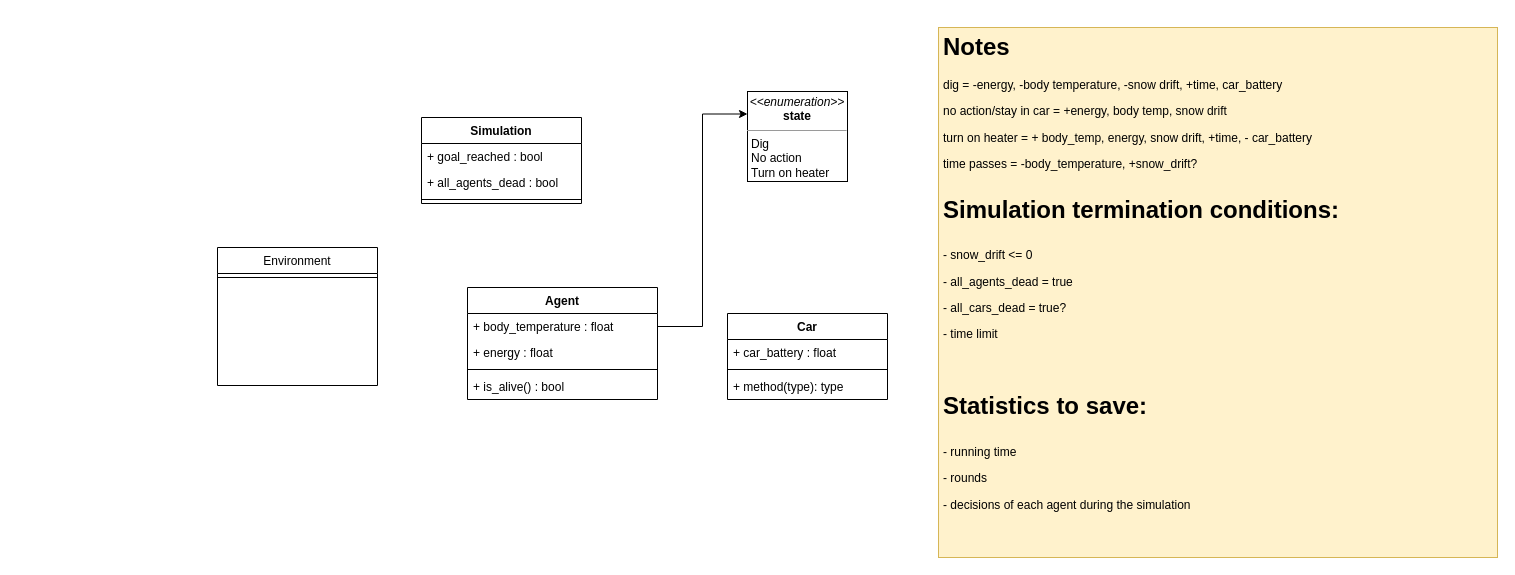
Earlier version of the draw.io diagram snow_drift_simulation_UML.drawio (Animosa04/snow_drift_simulation). Source tidied: cells renumbered, new cells numbered last; positions are measured from the earlier drawing's top-left corner, leaving out a move shared by most shapes. Both pictures are drawn from the tidied source at 100%, with x=0, y=0 at pixel (217, 27).
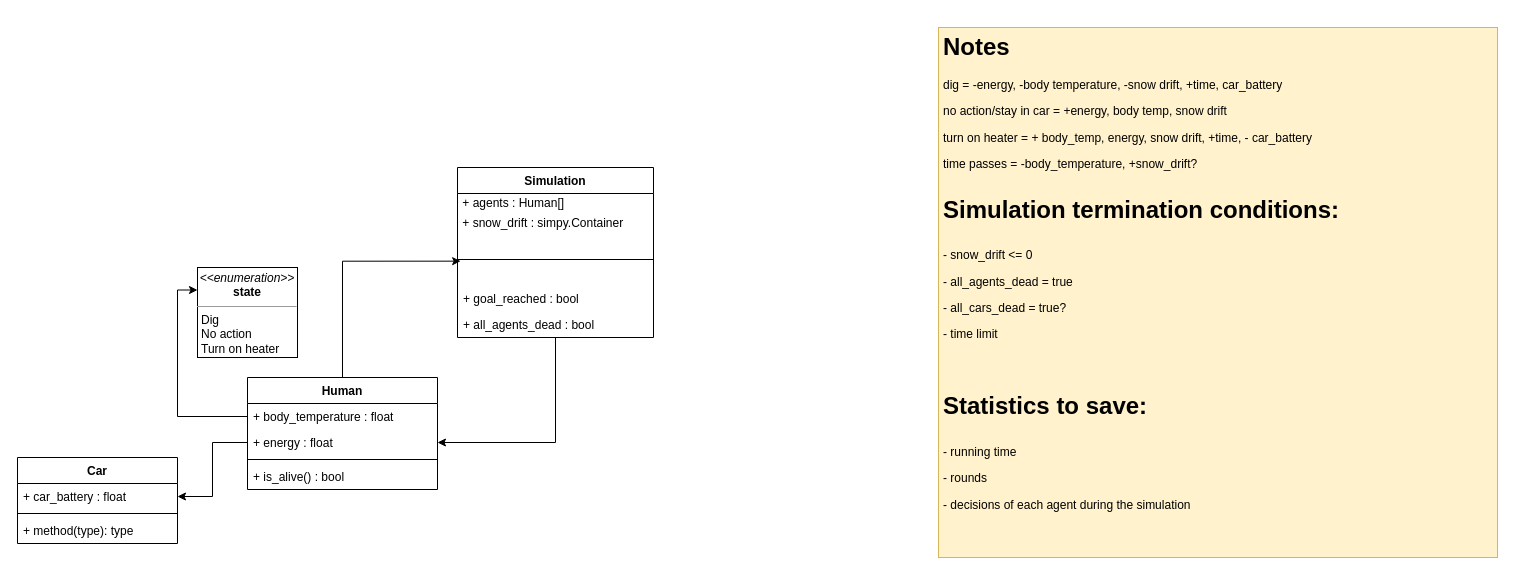
After the change.

The change refers to these unchanged cells:
```xml
<mxCell id="7" value="+ energy : float" style="text;strokeColor=none;fillColor=none;align=left;verticalAlign=top;spacingLeft=4;spacingRight=4;overflow=hidden;points=[[0,0.5],[1,0.5]];portConstraint=eastwest;" parent="5" vertex="1">
  <mxGeometry y="52" width="190" height="26" as="geometry" />
</mxCell>
<mxCell id="16" value="+ car_battery : float" style="text;strokeColor=none;fillColor=none;align=left;verticalAlign=top;spacingLeft=4;spacingRight=4;overflow=hidden;points=[[0,0.5],[1,0.5]];portConstraint=eastwest;rounded=0;fontSize=12;" parent="15" vertex="1">
  <mxGeometry y="26" width="160" height="26" as="geometry" />
</mxCell>
```

What changed in the source:
```diff
@@
-    <mxCell id="2" value="Environment" style="swimlane;fontStyle=0;align=center;verticalAlign=top;horizontal=1;startSize=26;rounded=0;shadow=0;strokeWidth=1;" parent="1" vertex="1">
-      <mxGeometry y="220" width="160" height="138" as="geometry" />
-    </mxCell>
-    <mxCell id="3" style="line;html=1;strokeWidth=1;align=left;verticalAlign=middle;spacingTop=-1;spacingLeft=3;spacingRight=3;labelPosition=right;" parent="2" vertex="1">
-      <mxGeometry y="26" width="160" height="8" as="geometry" />
-    </mxCell>
     <mxCell id="4" value="&lt;p style=&quot;margin: 0px ; margin-top: 4px ; text-align: center&quot;&gt;&lt;i&gt;&amp;lt;&amp;lt;enumeration&amp;gt;&amp;gt;&lt;/i&gt;&lt;br&gt;&lt;b&gt;state&lt;/b&gt;&lt;/p&gt;&lt;hr size=&quot;1&quot;&gt;&lt;p style=&quot;margin: 0px ; margin-left: 4px&quot;&gt;Dig&lt;/p&gt;&lt;p style=&quot;margin: 0px ; margin-left: 4px&quot;&gt;No action&lt;br&gt;&lt;/p&gt;&lt;p style=&quot;margin: 0px ; margin-left: 4px&quot;&gt;Turn on heater&lt;br&gt;&lt;/p&gt;&lt;p style=&quot;margin: 0px ; margin-left: 4px&quot;&gt;&lt;br&gt;&lt;/p&gt;" style="verticalAlign=top;align=left;overflow=fill;fontSize=12;fontFamily=Helvetica;html=1;" parent="1" vertex="1">
-      <mxGeometry x="530" y="64" width="100" height="90" as="geometry" />
+      <mxGeometry x="-20" y="240" width="100" height="90" as="geometry" />
     </mxCell>
+    <mxCell id="20" style="edgeStyle=orthogonalEdgeStyle;rounded=0;jettySize=auto;html=1;entryX=0.016;entryY=0.532;entryDx=0;entryDy=0;entryPerimeter=0;" parent="1" edge="1" source="5" target="13">
+      <mxGeometry relative="1" as="geometry" />
+    </mxCell>
-    <mxCell id="5" value="Agent" style="swimlane;fontStyle=1;align=center;verticalAlign=top;horizontal=1;startSize=26;" parent="1" vertex="1">
-      <mxGeometry x="250" y="260" width="190" height="112" as="geometry" />
+    <mxCell id="5" value="Human" style="swimlane;fontStyle=1;align=center;verticalAlign=top;horizontal=1;startSize=26;" parent="1" vertex="1">
+      <mxGeometry x="30" y="350" width="190" height="112" as="geometry" />
     </mxCell>
@@
+    <mxCell id="21" style="edgeStyle=orthogonalEdgeStyle;rounded=0;jettySize=auto;html=1;entryX=1;entryY=0.5;entryDx=0;entryDy=0;" parent="1" edge="1" source="10" target="7">
+      <mxGeometry relative="1" as="geometry" />
+    </mxCell>
     <mxCell id="10" value="Simulation" style="swimlane;fontStyle=1;align=center;verticalAlign=top;horizontal=1;startSize=26;" parent="1" vertex="1">
-      <mxGeometry x="204" y="90" width="160" height="86" as="geometry" />
+      <mxGeometry x="240" y="140" width="196" height="170" as="geometry" />
     </mxCell>
+    <mxCell id="22" value="&amp;nbsp;+ agents : Human[]" style="text;html=1;align=left;verticalAlign=middle;strokeColor=none;fillColor=none;" parent="10" vertex="1">
+      <mxGeometry y="26" width="196" height="20" as="geometry" />
+    </mxCell>
+    <mxCell id="23" value="&amp;nbsp;+ snow_drift : simpy.Container" style="text;html=1;align=left;verticalAlign=middle;strokeColor=none;fillColor=none;" parent="10" vertex="1">
+      <mxGeometry y="46" width="196" height="20" as="geometry" />
+    </mxCell>
+    <mxCell id="13" style="line;strokeWidth=1;fillColor=none;align=left;verticalAlign=middle;spacingTop=-1;spacingLeft=3;spacingRight=3;labelPosition=right;points=[];portConstraint=eastwest;" parent="10" vertex="1">
+      <mxGeometry y="66" width="196" height="52" as="geometry" />
+    </mxCell>
     <mxCell id="11" value="+ goal_reached : bool" style="text;strokeColor=none;fillColor=none;align=left;verticalAlign=top;spacingLeft=4;spacingRight=4;overflow=hidden;" parent="10" vertex="1">
-      <mxGeometry y="26" width="160" height="26" as="geometry" />
+      <mxGeometry y="118" width="196" height="26" as="geometry" />
     </mxCell>
     <mxCell id="12" value="+ all_agents_dead : bool" style="text;strokeColor=none;fillColor=none;align=left;verticalAlign=top;spacingLeft=4;spacingRight=4;overflow=hidden;" parent="10" vertex="1">
-      <mxGeometry y="52" width="160" height="26" as="geometry" />
+      <mxGeometry y="144" width="196" height="26" as="geometry" />
     </mxCell>
-    <mxCell id="13" style="line;strokeWidth=1;fillColor=none;align=left;verticalAlign=middle;spacingTop=-1;spacingLeft=3;spacingRight=3;labelPosition=right;points=[];portConstraint=eastwest;" parent="10" vertex="1">
-      <mxGeometry y="78" width="160" height="8" as="geometry" />
-    </mxCell>
@@
     <mxCell id="15" value="Car" style="swimlane;fontStyle=1;align=center;verticalAlign=top;horizontal=1;startSize=26;rounded=0;fontSize=12;" parent="1" vertex="1">
-      <mxGeometry x="510" y="286" width="160" height="86" as="geometry" />
+      <mxGeometry x="-200" y="430" width="160" height="86" as="geometry" />
     </mxCell>
@@
+    <mxCell id="24" style="edgeStyle=orthogonalEdgeStyle;rounded=0;jettySize=auto;html=1;" parent="1" edge="1" source="7" target="16">
+      <mxGeometry relative="1" as="geometry" />
+    </mxCell>
```
